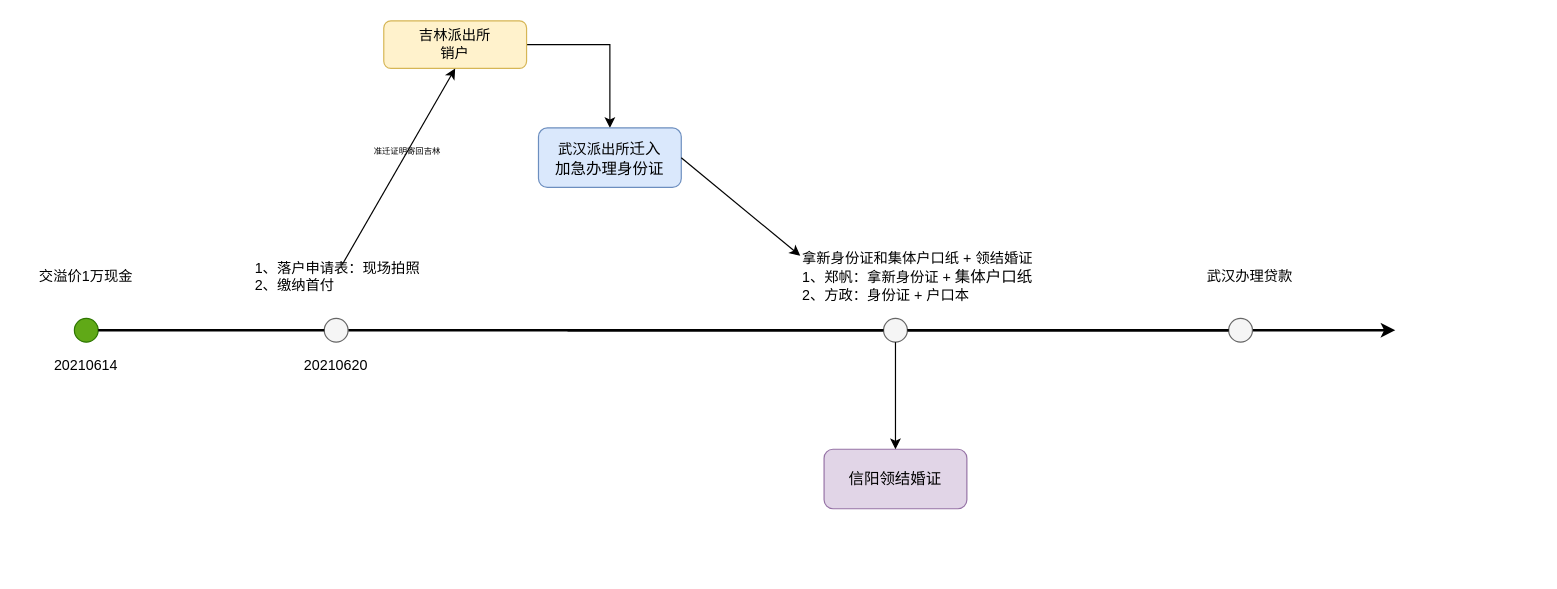
This is pet_data_warehouse/武汉房子.drawio from fangzheng0518/draw, a draw.io file, before an edit. Source tidied: cells renumbered, new cells numbered last; positions are measured from the earlier drawing's top-left corner, leaving out a move shared by most shapes. Both pictures are drawn from the tidied source at 119%, with x=0, y=0 at pixel (20, 20).
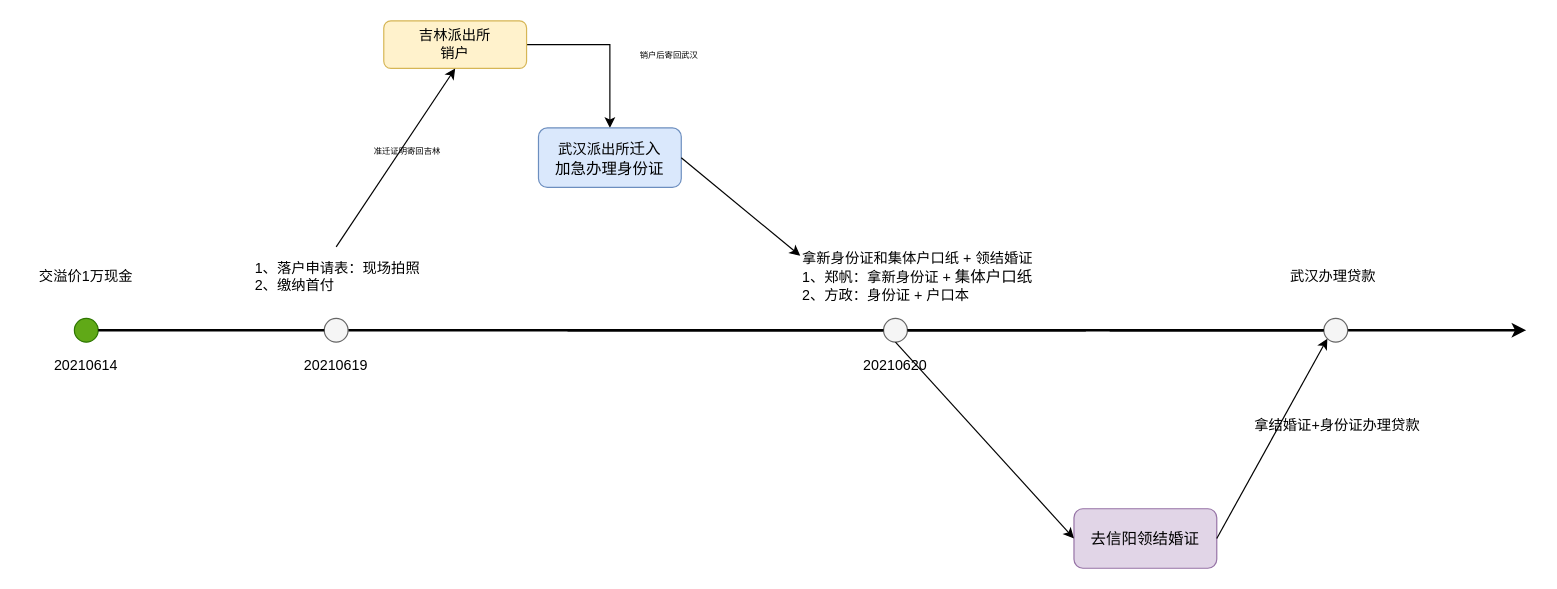
After the change.

Commit message (it also covers changes not shown here):
更新武汉房子.drawio

Unchanged cells that the change refers to:
```xml
<mxCell id="6" value="1、落户申请表：现场拍照&lt;br&gt;2、缴纳首付" style="text;html=1;strokeColor=none;fillColor=none;align=left;verticalAlign=middle;whiteSpace=wrap;rounded=0;" parent="1" vertex="1">
  <mxGeometry x="195" y="205" width="150" height="20" as="geometry" />
</mxCell>
<mxCell id="10" value="吉林派出所&lt;br&gt;销户" style="rounded=1;whiteSpace=wrap;html=1;align=center;fillColor=#fff2cc;strokeColor=#d6b656;" parent="1" vertex="1">
  <mxGeometry x="305" width="120" height="40" as="geometry" />
</mxCell>
<mxCell id="13" style="ellipse;whiteSpace=wrap;html=1;fillColor=#f5f5f5;strokeColor=#666666;fontColor=#333333;" parent="1" vertex="1">
  <mxGeometry x="725" y="250" width="20" height="20" as="geometry" />
</mxCell>
```

The edit, as a diff of the source:
```diff
@@
     <mxCell id="2" style="endArrow=classic;html=1;startArrow=none;strokeWidth=2;" parent="1" edge="1" source="20">
       <mxGeometry relative="1" as="geometry">
-        <mxPoint x="1155" y="260" as="targetPoint" />
+        <mxPoint x="1265" y="260" as="targetPoint" />
         <Array as="points">
           <mxPoint x="455" y="260" />
         </Array>
       </mxGeometry>
     </mxCell>
@@
-    <mxCell id="7" value="20210620" style="text;html=1;strokeColor=none;fillColor=none;align=center;verticalAlign=middle;whiteSpace=wrap;rounded=0;" parent="1" vertex="1">
+    <mxCell id="7" value="20210619" style="text;html=1;strokeColor=none;fillColor=none;align=center;verticalAlign=middle;whiteSpace=wrap;rounded=0;" parent="1" vertex="1">
       <mxGeometry x="245" y="280" width="40" height="20" as="geometry" />
     </mxCell>
@@
-    <mxCell id="11" style="endArrow=classic;html=1;strokeWidth=1;exitX=0.5;exitY=0;exitDx=0;exitDy=0;entryX=0.5;entryY=1;entryDx=0;entryDy=0;fontSize=7;" parent="1" edge="1" source="6" target="10">
-      <mxGeometry relative="1" as="geometry" />
+    <mxCell id="11" style="endArrow=classic;html=1;strokeWidth=1;entryX=0.5;entryY=1;entryDx=0;entryDy=0;fontSize=7;" parent="1" edge="1" target="10">
+      <mxGeometry relative="1" as="geometry">
+        <mxPoint x="265" y="190" as="sourcePoint" />
+      </mxGeometry>
     </mxCell>
@@
-    <mxCell id="19" value="&lt;span style=&quot;font-family: &amp;#34;helvetica neue&amp;#34; ; font-size: 13px&quot;&gt;信阳领结婚证&lt;br&gt;&lt;/span&gt;" style="whiteSpace=wrap;html=1;rounded=1;fillColor=#e1d5e7;strokeColor=#9673a6;" parent="1" vertex="1">
-      <mxGeometry x="675" y="360" width="120" height="50" as="geometry" />
+    <mxCell id="19" value="&lt;span style=&quot;font-family: &amp;#34;helvetica neue&amp;#34; ; font-size: 13px&quot;&gt;去信阳领结婚证&lt;br&gt;&lt;/span&gt;" style="whiteSpace=wrap;html=1;rounded=1;fillColor=#e1d5e7;strokeColor=#9673a6;" parent="1" vertex="1">
+      <mxGeometry x="885" y="410" width="120" height="50" as="geometry" />
     </mxCell>
     <mxCell id="20" style="ellipse;whiteSpace=wrap;html=1;fillColor=#f5f5f5;strokeColor=#666666;fontColor=#333333;" parent="1" vertex="1">
-      <mxGeometry x="1015" y="250" width="20" height="20" as="geometry" />
+      <mxGeometry x="1095" y="250" width="20" height="20" as="geometry" />
     </mxCell>
-    <mxCell id="21" style="endArrow=none;html=1;startArrow=none;strokeWidth=2;" parent="1" edge="1" source="13" target="20">
-      <mxGeometry relative="1" as="geometry" />
+    <mxCell id="21" style="endArrow=none;html=1;startArrow=none;strokeWidth=2;" parent="1" edge="1" target="20">
+      <mxGeometry relative="1" as="geometry">
+        <mxPoint x="915" y="260" as="sourcePoint" />
+      </mxGeometry>
     </mxCell>
     <mxCell id="22" value="武汉办理贷款" style="text;html=1;strokeColor=none;fillColor=none;align=left;verticalAlign=middle;whiteSpace=wrap;rounded=0;" parent="1" vertex="1">
-      <mxGeometry x="995" y="180" width="80" height="70" as="geometry" />
+      <mxGeometry x="1065" y="180" width="80" height="70" as="geometry" />
     </mxCell>
-    <mxCell id="23" style="endArrow=classic;html=1;fontSize=7;strokeWidth=1;exitX=0.5;exitY=1;exitDx=0;exitDy=0;entryX=0.5;entryY=0;entryDx=0;entryDy=0;" parent="1" edge="1" source="13" target="19">
+    <mxCell id="23" style="endArrow=classic;html=1;fontSize=7;strokeWidth=1;exitX=0.5;exitY=1;exitDx=0;exitDy=0;entryX=0;entryY=0.5;entryDx=0;entryDy=0;" parent="1" edge="1" source="13" target="19">
       <mxGeometry relative="1" as="geometry" />
     </mxCell>
+    <mxCell id="24" value="销户后寄回武汉" style="text;html=1;strokeColor=none;fillColor=none;align=center;verticalAlign=middle;whiteSpace=wrap;rounded=0;fontSize=7;" parent="1" vertex="1">
+      <mxGeometry x="485" y="20" width="120" height="20" as="geometry" />
+    </mxCell>
+    <mxCell id="25" value="20210620" style="text;html=1;strokeColor=none;fillColor=none;align=center;verticalAlign=middle;whiteSpace=wrap;rounded=0;" parent="1" vertex="1">
+      <mxGeometry x="715" y="280" width="40" height="20" as="geometry" />
+    </mxCell>
+    <mxCell id="26" style="endArrow=none;html=1;startArrow=none;strokeWidth=2;" parent="1" edge="1" source="13">
+      <mxGeometry relative="1" as="geometry">
+        <mxPoint x="895" y="260" as="targetPoint" />
+      </mxGeometry>
+    </mxCell>
+    <mxCell id="27" style="endArrow=classic;html=1;fontSize=7;strokeWidth=1;exitX=1;exitY=0.5;exitDx=0;exitDy=0;entryX=0;entryY=1;entryDx=0;entryDy=0;" parent="1" edge="1" source="19" target="20">
+      <mxGeometry relative="1" as="geometry" />
+    </mxCell>
+    <mxCell id="28" value="拿结婚证+身份证办理贷款" style="text;html=1;strokeColor=none;fillColor=none;align=left;verticalAlign=middle;whiteSpace=wrap;rounded=0;" parent="1" vertex="1">
+      <mxGeometry x="1035" y="320" width="160" height="40" as="geometry" />
+    </mxCell>
```
